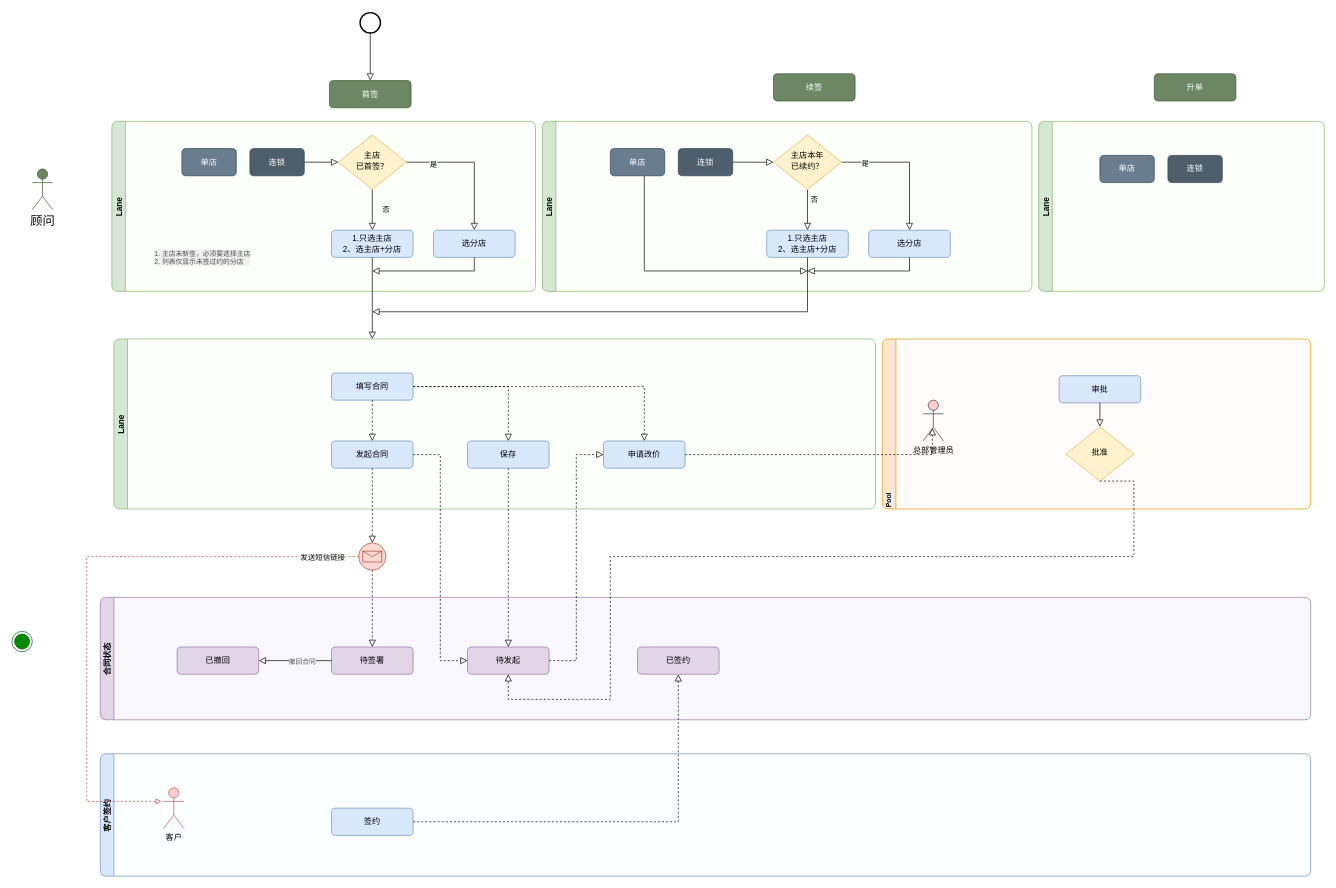
Earlier version of the draw.io diagram page "合同签约" (1 of 3) of YZOA.drawio (yangbe/diagrams). Source tidied: cells renumbered, new cells numbered last; positions are measured from the earlier drawing's top-left corner, leaving out a move shared by most shapes. Both pictures are drawn from the tidied source at 68%, with x=0, y=0 at pixel (12, 12).
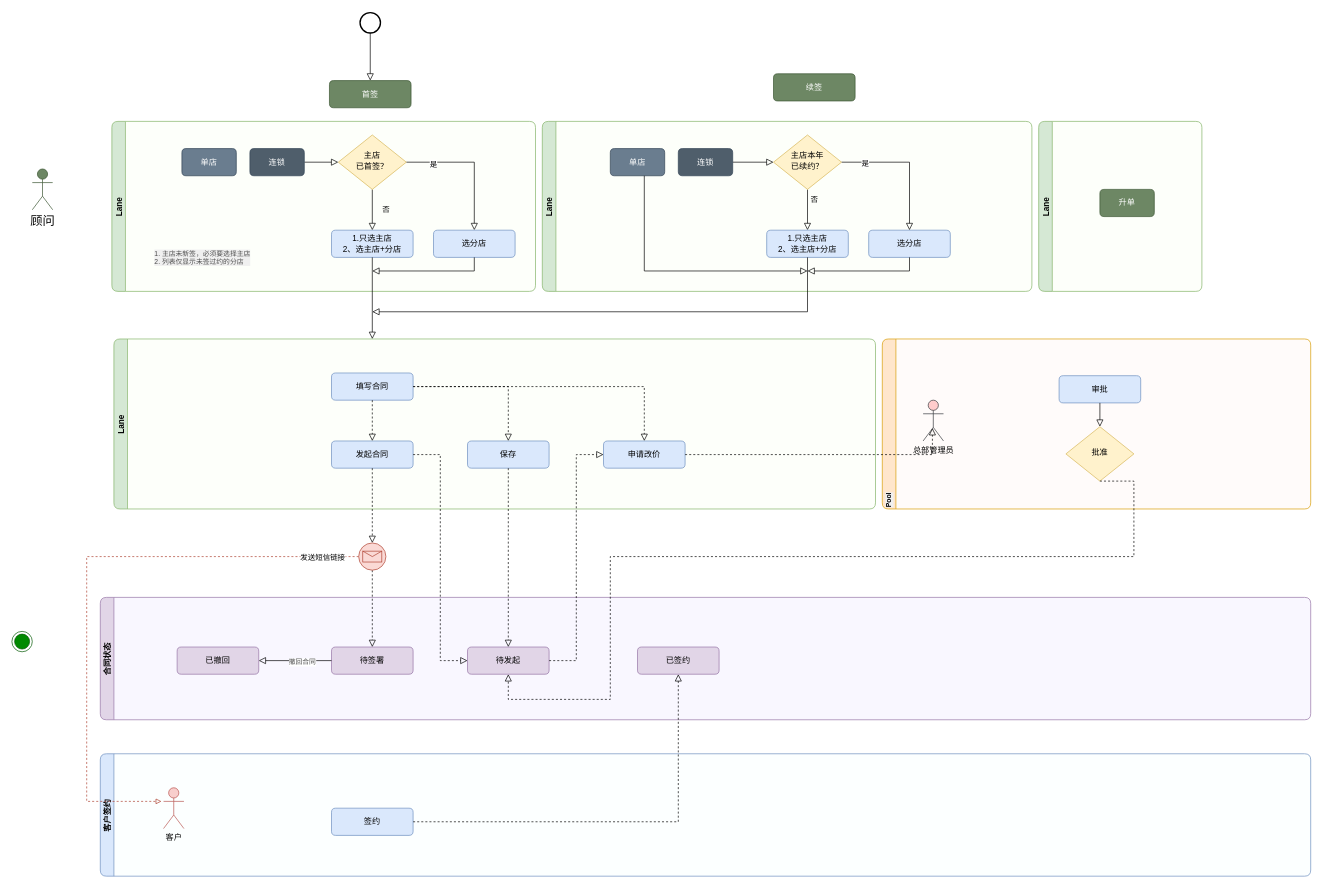
The same diagram, later.

The edit, as a diff of the source:
```diff
@@
     <mxCell id="62" value="Lane" style="swimlane;startSize=20;horizontal=0;rounded=1;fillColor=#d5e8d4;strokeColor=#82b366;swimlaneFillColor=#FDFFFA;" parent="1" vertex="1">
-      <mxGeometry x="1510" y="160" width="420" height="250" as="geometry" />
+      <mxGeometry x="1510" y="160" width="240" height="250" as="geometry" />
     </mxCell>
-    <mxCell id="63" value="连锁" style="rounded=1;whiteSpace=wrap;html=1;fontSize=12;glass=0;strokeWidth=1;shadow=0;fillColor=#4F5E6B;strokeColor=#314354;fontColor=#ffffff;" parent="62" vertex="1">
-      <mxGeometry x="190" y="50" width="80" height="40" as="geometry" />
-    </mxCell>
-    <mxCell id="64" value="单店" style="rounded=1;whiteSpace=wrap;html=1;fontSize=12;glass=0;strokeWidth=1;shadow=0;fillColor=#6A7D8F;strokeColor=#314354;fontColor=#ffffff;" parent="62" vertex="1">
-      <mxGeometry x="90" y="50" width="80" height="40" as="geometry" />
-    </mxCell>
@@
+    <mxCell id="67" value="升单" style="rounded=1;whiteSpace=wrap;html=1;fontSize=12;glass=0;strokeWidth=1;shadow=0;fillColor=#6d8764;strokeColor=#3A5431;fontColor=#ffffff;" parent="62" vertex="1">
+      <mxGeometry x="90" y="100" width="80" height="40" as="geometry" />
+    </mxCell>
@@
-    <mxCell id="67" value="升单" style="rounded=1;whiteSpace=wrap;html=1;fontSize=12;glass=0;strokeWidth=1;shadow=0;fillColor=#6d8764;strokeColor=#3A5431;fontColor=#ffffff;" parent="1" vertex="1">
-      <mxGeometry x="1680" y="90" width="120" height="40" as="geometry" />
-    </mxCell>
```
